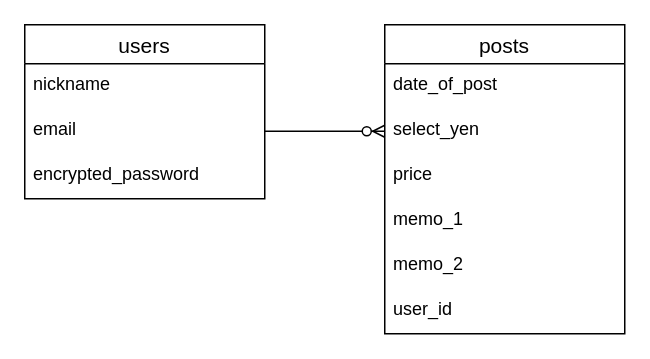
Before: er.dio in Asami119/good_yen, a draw.io diagram. Source tidied: cells renumbered, new cells numbered last; positions are measured from the earlier drawing's top-left corner, leaving out a move shared by most shapes. Both pictures are drawn from the tidied source at 150%, with x=0, y=0 at pixel (24, 24).
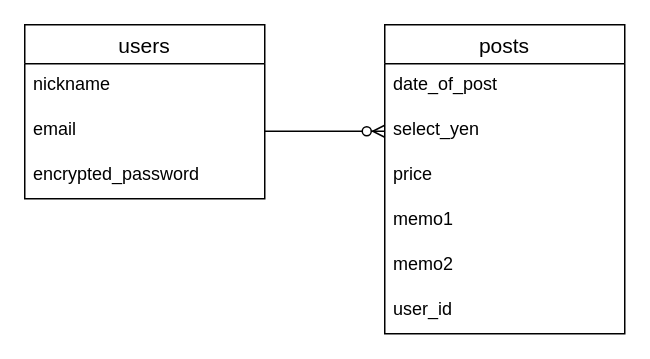
Above is the later version.

Change to the diagram source:
```diff
@@
 <mxGraphModel>
   <root>
     <mxCell id="0" />
     <mxCell id="1" parent="0" />
     <mxCell id="2" value="users" style="swimlane;fontStyle=0;horizontal=1;startSize=26;align=center;fontSize=14;" parent="1" vertex="1">
       <mxGeometry width="160" height="116" as="geometry" />
     </mxCell>
     <mxCell id="3" value="nickname" style="text;strokeColor=none;fillColor=none;spacingLeft=4;spacingRight=4;overflow=hidden;fontSize=12;" parent="2" vertex="1">
       <mxGeometry y="26" width="160" height="30" as="geometry" />
     </mxCell>
     <mxCell id="4" value="email" style="text;strokeColor=none;fillColor=none;spacingLeft=4;spacingRight=4;overflow=hidden;points=[[0,0.5],[1,0.5]];portConstraint=eastwest;fontSize=12;" parent="2" vertex="1">
       <mxGeometry y="56" width="160" height="30" as="geometry" />
     </mxCell>
     <mxCell id="5" value="encrypted_password" style="text;strokeColor=none;fillColor=none;spacingLeft=4;spacingRight=4;overflow=hidden;fontSize=12;" parent="2" vertex="1">
       <mxGeometry y="86" width="160" height="30" as="geometry" />
     </mxCell>
     <mxCell id="6" value="posts" style="swimlane;fontStyle=0;horizontal=1;startSize=26;align=center;fontSize=14;" parent="1" vertex="1">
       <mxGeometry x="240" width="160" height="206" as="geometry" />
     </mxCell>
     <mxCell id="7" value="date_of_post" style="text;strokeColor=none;fillColor=none;spacingLeft=4;spacingRight=4;overflow=hidden;fontSize=12;" parent="6" vertex="1">
       <mxGeometry y="26" width="160" height="30" as="geometry" />
     </mxCell>
     <mxCell id="8" value="select_yen" style="text;strokeColor=none;fillColor=none;spacingLeft=4;spacingRight=4;overflow=hidden;points=[[0,0.5],[1,0.5]];portConstraint=eastwest;fontSize=12;" parent="6" vertex="1">
       <mxGeometry y="56" width="160" height="30" as="geometry" />
     </mxCell>
     <mxCell id="9" value="price   &#10;" style="text;strokeColor=none;fillColor=none;spacingLeft=4;spacingRight=4;overflow=hidden;fontSize=12;" parent="6" vertex="1">
       <mxGeometry y="86" width="160" height="30" as="geometry" />
     </mxCell>
-    <mxCell id="10" value="memo_1" style="text;strokeColor=none;fillColor=none;spacingLeft=4;spacingRight=4;overflow=hidden;fontSize=12;" parent="6" vertex="1">
+    <mxCell id="10" value="memo1" style="text;strokeColor=none;fillColor=none;spacingLeft=4;spacingRight=4;overflow=hidden;fontSize=12;" parent="6" vertex="1">
       <mxGeometry y="116" width="160" height="30" as="geometry" />
     </mxCell>
-    <mxCell id="11" value="memo_2" style="text;strokeColor=none;fillColor=none;spacingLeft=4;spacingRight=4;overflow=hidden;fontSize=12;" parent="6" vertex="1">
+    <mxCell id="11" value="memo2" style="text;strokeColor=none;fillColor=none;spacingLeft=4;spacingRight=4;overflow=hidden;fontSize=12;" parent="6" vertex="1">
       <mxGeometry y="146" width="160" height="30" as="geometry" />
     </mxCell>
     <mxCell id="12" value="user_id" style="text;strokeColor=none;fillColor=none;spacingLeft=4;spacingRight=4;overflow=hidden;fontSize=12;" parent="6" vertex="1">
       <mxGeometry y="176" width="160" height="30" as="geometry" />
     </mxCell>
     <mxCell id="13" style="edgeStyle=entityRelationEdgeStyle;fontSize=12;html=1;endArrow=ERzeroToMany;endFill=1;exitX=1;exitY=0.5;exitDx=0;exitDy=0;entryX=0;entryY=0.5;entryDx=0;entryDy=0;" parent="1" edge="1" source="4" target="8">
       <mxGeometry relative="1" as="geometry" />
     </mxCell>
   </root>
 </mxGraphModel>
```
